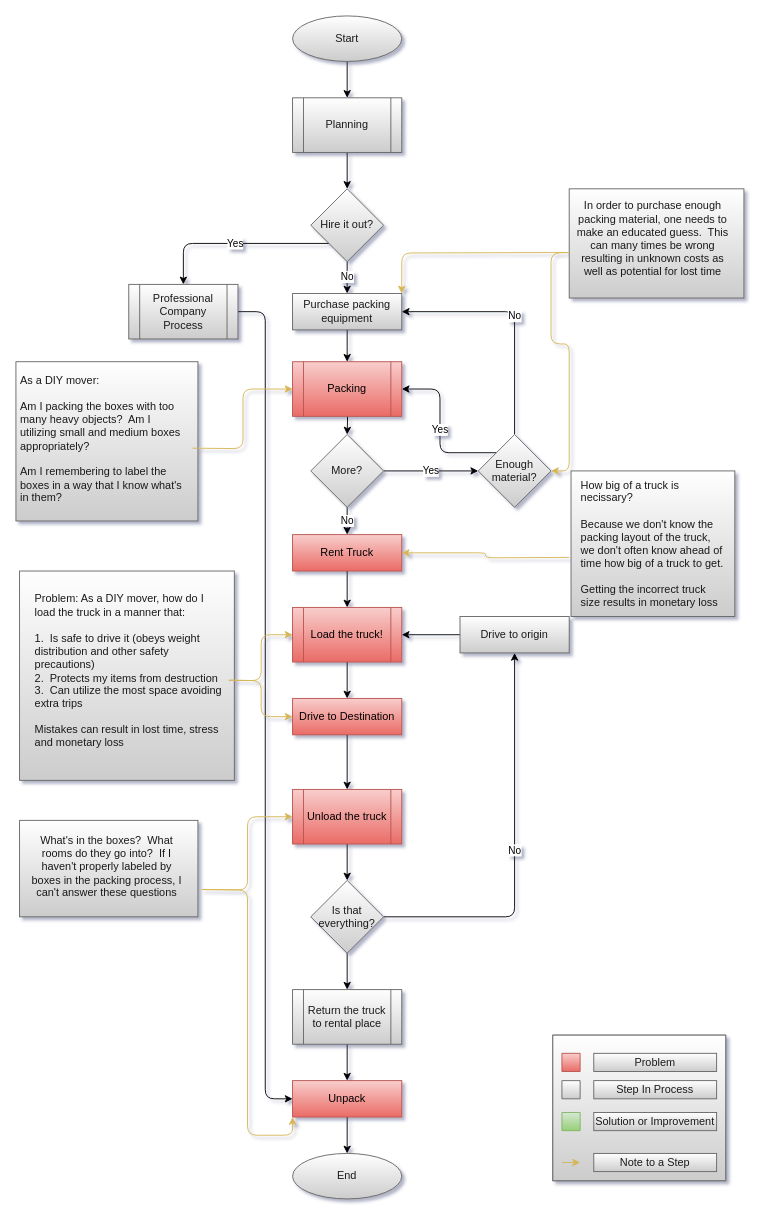
Above: page "Problem Overview" (1 of 4) of Documents/flow_diagrams/Problem_Flow.drawio in LP-76/load.in (draw.io), before the change. Source tidied: cells renumbered, new cells numbered last; positions are measured from the earlier drawing's top-left corner, leaving out a move shared by most shapes. Both pictures are drawn from the tidied source at 91%, with x=0, y=0 at pixel (15, 15).
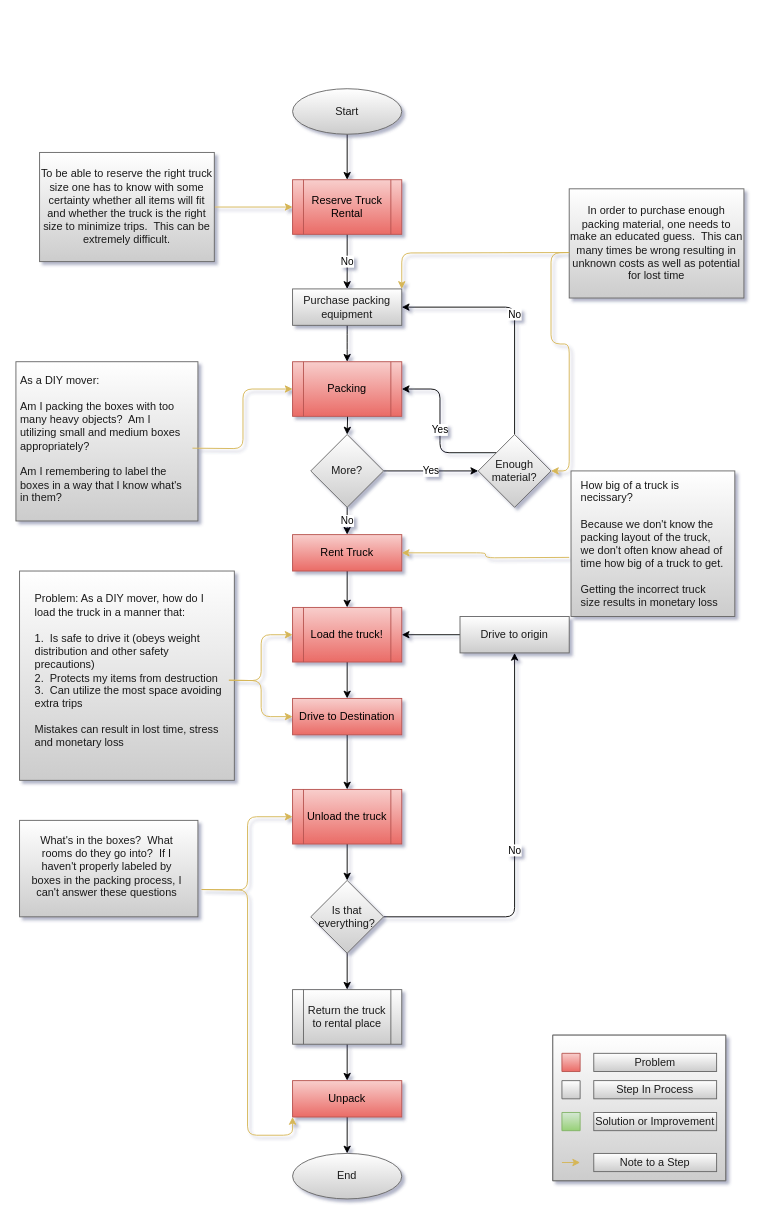
The same diagram, later.

Unchanged cells that the change refers to:
```xml
<mxCell id="37" value="Unpack" style="whiteSpace=wrap;html=1;fontSize=12;glass=0;strokeWidth=1;shadow=0;fillColor=#f8cecc;gradientColor=#ea6b66;strokeColor=#b85450;" parent="1" vertex="1">
  <mxGeometry x="304" y="1170" width="120" height="40" as="geometry" />
</mxCell>
```

The edit, as a diff of the source:
```diff
@@
-    <mxCell id="3" style="whiteSpace=wrap;html=1;fillColor=#FFFFFF;gradientColor=#CCCCCC;strokeColor=#666666;fontColor=#1A1A1A;" parent="1" vertex="1">
+    <mxCell id="3" value="&lt;span style=&quot;text-align: left&quot;&gt;In order to purchase enough packing material, one needs to make an educated guess.&amp;nbsp; This can many times be wrong resulting in unknown costs as well as potential for lost time&lt;/span&gt;" style="whiteSpace=wrap;html=1;fillColor=#FFFFFF;gradientColor=#CCCCCC;strokeColor=#666666;fontColor=#1A1A1A;" parent="1" vertex="1">
       <mxGeometry x="608" y="190" width="192" height="120" as="geometry" />
     </mxCell>
@@
-    <mxCell id="7" style="edgeStyle=orthogonalEdgeStyle;jettySize=auto;html=1;entryX=0.5;entryY=0;entryDx=0;entryDy=0;" parent="1" edge="1" source="8" target="50">
-      <mxGeometry relative="1" as="geometry" />
-    </mxCell>
+    <mxCell id="68" style="edgeStyle=orthogonalEdgeStyle;rounded=0;jettySize=auto;html=1;entryX=0.5;entryY=0;entryDx=0;entryDy=0;" parent="1" edge="1" source="8" target="69">
+      <mxGeometry relative="1" as="geometry" />
+    </mxCell>
     <mxCell id="8" value="Start" style="ellipse;whiteSpace=wrap;html=1;fillColor=#FFFFFF;gradientColor=#CCCCCC;strokeColor=#666666;fontColor=#1A1A1A;" parent="1" vertex="1">
-      <mxGeometry x="304" width="120" height="50" as="geometry" />
+      <mxGeometry x="304" y="80" width="120" height="50" as="geometry" />
     </mxCell>
-    <mxCell id="9" value="No" style="edgeStyle=orthogonalEdgeStyle;jettySize=auto;html=1;" parent="1" edge="1" source="11" target="13">
+    <mxCell id="9" value="No" style="edgeStyle=orthogonalEdgeStyle;jettySize=auto;html=1;exitX=0.5;exitY=1;exitDx=0;exitDy=0;" parent="1" edge="1" source="69" target="13">
       <mxGeometry relative="1" as="geometry" />
     </mxCell>
-    <mxCell id="10" value="Yes" style="edgeStyle=orthogonalEdgeStyle;jettySize=auto;html=1;exitX=0;exitY=1;exitDx=0;exitDy=0;" parent="1" edge="1" source="11" target="39">
-      <mxGeometry relative="1" as="geometry" />
-    </mxCell>
-    <mxCell id="11" value="Hire it out?" style="rhombus;whiteSpace=wrap;html=1;fillColor=#FFFFFF;gradientColor=#CCCCCC;strokeColor=#666666;fontColor=#1A1A1A;" parent="1" vertex="1">
-      <mxGeometry x="324" y="190" width="80" height="80" as="geometry" />
-    </mxCell>
@@
     <mxCell id="13" value="Purchase packing equipment" style="whiteSpace=wrap;html=1;fontSize=12;fillColor=#FFFFFF;gradientColor=#CCCCCC;strokeColor=#666666;fontColor=#1A1A1A;" parent="1" vertex="1">
-      <mxGeometry x="304" y="305" width="120" height="40" as="geometry" />
+      <mxGeometry x="304" y="300" width="120" height="40" as="geometry" />
     </mxCell>
@@
-    <mxCell id="38" style="edgeStyle=orthogonalEdgeStyle;jettySize=auto;html=1;entryX=0;entryY=0.5;entryDx=0;entryDy=0;" parent="1" edge="1" source="39" target="37">
-      <mxGeometry relative="1" as="geometry" />
-    </mxCell>
-    <mxCell id="39" value="Professional Company Process" style="shape=process;whiteSpace=wrap;html=1;backgroundOutline=1;fillColor=#FFFFFF;gradientColor=#CCCCCC;strokeColor=#666666;fontColor=#1A1A1A;" parent="1" vertex="1">
-      <mxGeometry x="124" y="295" width="120" height="60" as="geometry" />
-    </mxCell>
@@
-    <mxCell id="49" style="edgeStyle=orthogonalEdgeStyle;jettySize=auto;html=1;entryX=0.5;entryY=0;entryDx=0;entryDy=0;" parent="1" edge="1" source="50" target="11">
-      <mxGeometry relative="1" as="geometry" />
-    </mxCell>
-    <mxCell id="50" value="Planning" style="shape=process;whiteSpace=wrap;html=1;backgroundOutline=1;fillColor=#FFFFFF;gradientColor=#CCCCCC;strokeColor=#666666;fontColor=#1A1A1A;" parent="1" vertex="1">
-      <mxGeometry x="304" y="90" width="120" height="60" as="geometry" />
-    </mxCell>
@@
-    <mxCell id="63" value="&lt;span style=&quot;text-align: left&quot;&gt;In order to purchase enough packing material, one needs to make an educated guess.&amp;nbsp; This can many times be wrong resulting in unknown costs as well as potential for lost time&lt;/span&gt;" style="text;html=1;strokeColor=none;fillColor=none;align=center;verticalAlign=middle;whiteSpace=wrap;rounded=0;fontColor=#1A1A1A;" parent="1" vertex="1">
-      <mxGeometry x="610" y="190" width="180" height="110" as="geometry" />
-    </mxCell>
@@
+    <mxCell id="69" value="Reserve Truck Rental" style="shape=process;whiteSpace=wrap;html=1;backgroundOutline=1;strokeColor=#b85450;fillColor=#f8cecc;gradientColor=#ea6b66;" parent="1" vertex="1">
+      <mxGeometry x="304" y="180" width="120" height="60" as="geometry" />
+    </mxCell>
+    <mxCell id="70" style="edgeStyle=orthogonalEdgeStyle;rounded=1;jettySize=auto;html=1;entryX=0;entryY=0.5;entryDx=0;entryDy=0;strokeColor=#d6b656;fillColor=#fff2cc;gradientColor=#ffd966;" parent="1" edge="1" source="71" target="69">
+      <mxGeometry relative="1" as="geometry" />
+    </mxCell>
+    <mxCell id="71" value="To be able to reserve the right truck size one has to know with some certainty whether all items will fit and whether the truck is the right size to minimize trips.&amp;nbsp; This can be extremely difficult." style="whiteSpace=wrap;html=1;fillColor=#FFFFFF;gradientColor=#CCCCCC;strokeColor=#666666;fontColor=#1A1A1A;glass=0;spacing=2;" parent="1" vertex="1">
+      <mxGeometry x="26" y="150" width="192" height="120" as="geometry" />
+    </mxCell>
```
